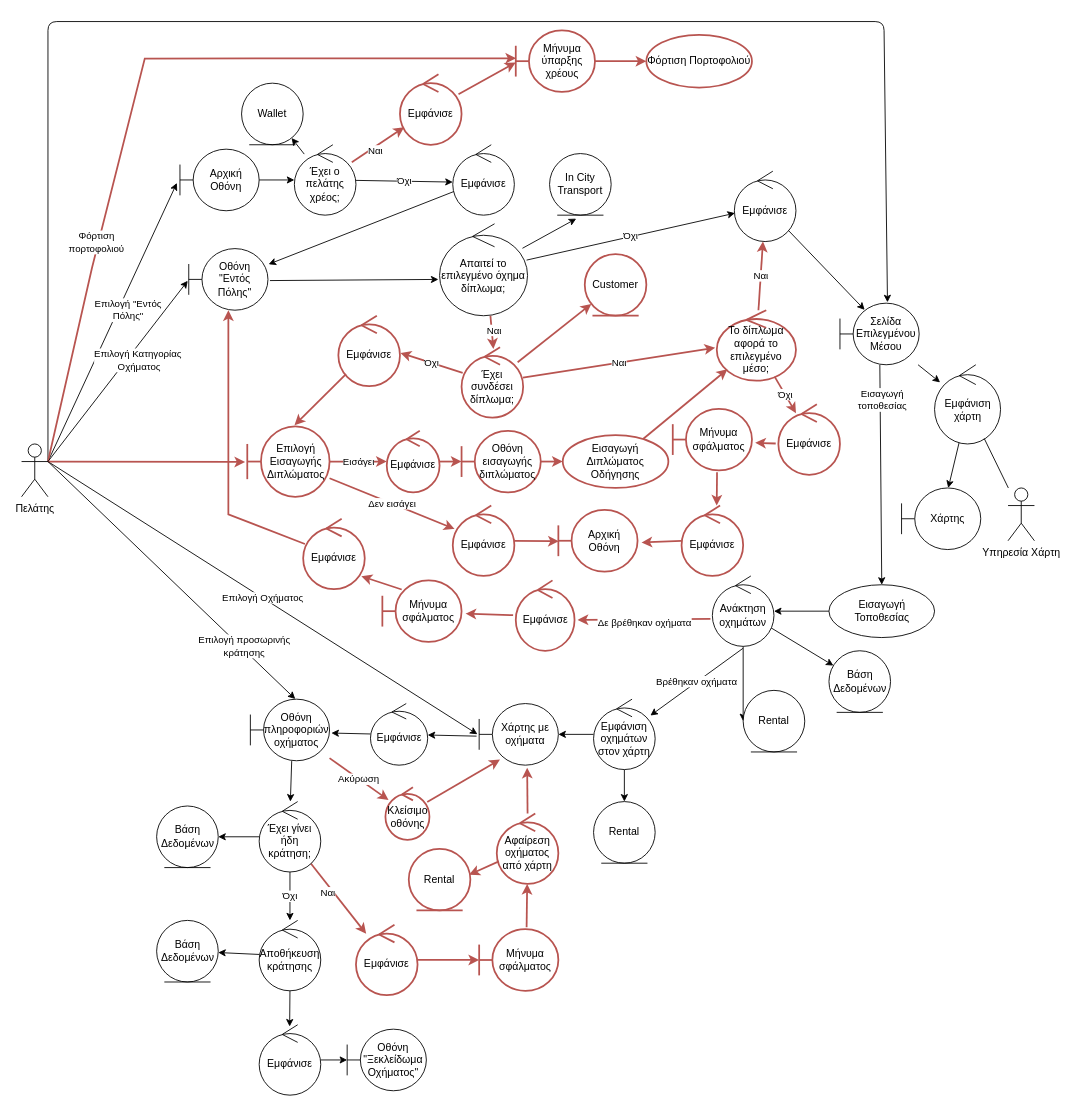
This is Part_2/Robustness/diagrams/01_Επιλογή_Μέσου_Μετακίνησης.drawio from Nikolis2002/texnoligia_logismikou, a draw.io file, before an edit. Source tidied: cells renumbered, new cells numbered last; positions are measured from the earlier drawing's top-left corner, leaving out a move shared by most shapes. Both pictures are drawn from the tidied source at 88%, with x=0, y=0 at pixel (21, 21).
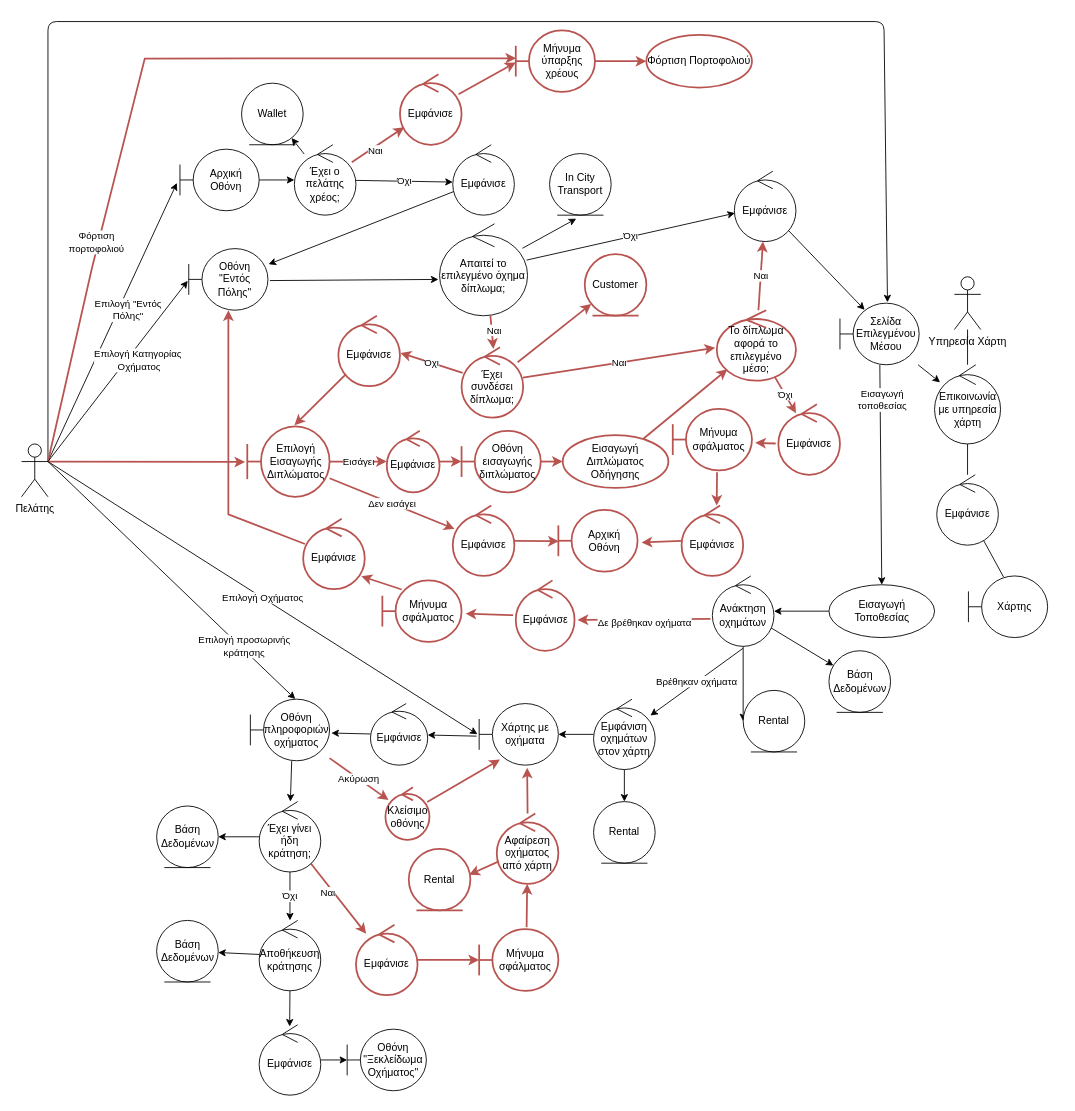
The same diagram, later.

Commit message (it also covers changes not shown here):
Map changes on use case 1

What changed in the source:
```diff
@@
-    <mxCell id="104" style="edgeStyle=none;html=1;" parent="1" edge="1" source="105" target="123">
-      <mxGeometry relative="1" as="geometry" />
-    </mxCell>
+    <mxCell id="124" style="edgeStyle=none;html=1;endArrow=none;endFill=0;" parent="1" edge="1" source="105" target="126">
+      <mxGeometry relative="1" as="geometry" />
+    </mxCell>
-    <mxCell id="105" value="Εμφάνιση χάρτη" style="ellipse;shape=umlControl;whiteSpace=wrap;html=1;" parent="1" vertex="1">
+    <mxCell id="105" value="Επικοινωνία με υπηρεσία χάρτη" style="ellipse;shape=umlControl;whiteSpace=wrap;html=1;" parent="1" vertex="1">
       <mxGeometry x="1037.5" y="390" width="75" height="90" as="geometry" />
     </mxCell>
@@
     <mxCell id="107" value="Υπηρεσία Χάρτη" style="shape=umlActor;verticalLabelPosition=bottom;verticalAlign=top;html=1;" parent="1" vertex="1">
-      <mxGeometry x="1121" y="530" width="30" height="60" as="geometry" />
+      <mxGeometry x="1060" y="290" width="30" height="60" as="geometry" />
     </mxCell>
@@
     <mxCell id="123" value="Χάρτης" style="shape=umlBoundary;whiteSpace=wrap;html=1;" parent="1" vertex="1">
-      <mxGeometry x="1000" y="530" width="90" height="70" as="geometry" />
+      <mxGeometry x="1076" y="630" width="90" height="70" as="geometry" />
     </mxCell>
+    <mxCell id="125" style="edgeStyle=none;html=1;entryX=0.443;entryY=0.016;entryDx=0;entryDy=0;entryPerimeter=0;endArrow=none;endFill=0;" parent="1" edge="1" source="126" target="123">
+      <mxGeometry relative="1" as="geometry" />
+    </mxCell>
+    <mxCell id="126" value="Εμφάνισε" style="ellipse;shape=umlControl;whiteSpace=wrap;html=1;" parent="1" vertex="1">
+      <mxGeometry x="1040" y="515" width="70" height="80" as="geometry" />
+    </mxCell>
```
